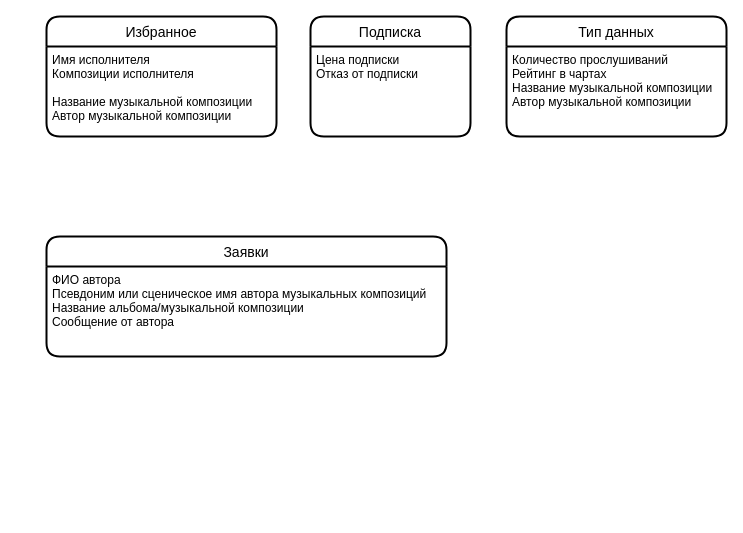
The draw.io diagram ER_MusicLibrary.drawio in Arina-Skildeeva/Description-, before the edit. Source tidied: cells renumbered, new cells numbered last; positions are measured from the earlier drawing's top-left corner, leaving out a move shared by most shapes. Both pictures are drawn from the tidied source at 100%, with x=0, y=0 at pixel (46, 16).
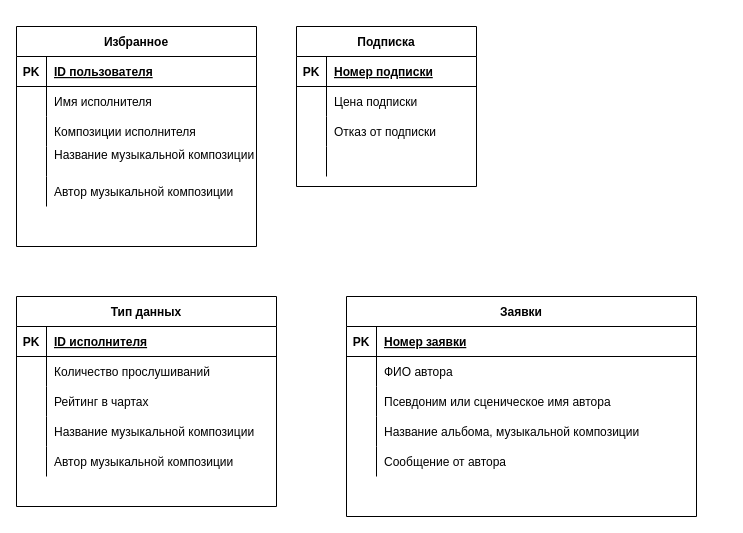
Above is the later version.

Diff of the diagram source:
```diff
@@
+    <mxCell id="4" value="Подписка" style="shape=table;startSize=30;childLayout=tableLayout;rowLines=0;fontStyle=1;align=center;" parent="1" vertex="1">
+      <mxGeometry x="250" y="10" width="180" height="160" as="geometry" />
+    </mxCell>
+    <mxCell id="10" style="shape=partialRectangle;fillColor=none;top=0;left=0;bottom=1;right=0;" parent="4" vertex="1">
+      <mxGeometry y="30" width="180" height="30" as="geometry" />
+    </mxCell>
+    <mxCell id="11" value="PK" style="shape=partialRectangle;fillColor=none;top=0;left=0;bottom=0;right=0;fontStyle=1;overflow=hidden;" parent="10" vertex="1">
+      <mxGeometry width="30" height="30" as="geometry" />
+    </mxCell>
+    <mxCell id="12" value="Номер подписки" style="shape=partialRectangle;fillColor=none;top=0;left=0;bottom=0;right=0;align=left;spacingLeft=6;fontStyle=5;overflow=hidden;" parent="10" vertex="1">
+      <mxGeometry x="30" width="150" height="30" as="geometry" />
+    </mxCell>
+    <mxCell id="13" style="shape=partialRectangle;fillColor=none;top=0;left=0;bottom=0;right=0;" parent="4" vertex="1">
+      <mxGeometry y="60" width="180" height="30" as="geometry" />
+    </mxCell>
+    <mxCell id="14" style="shape=partialRectangle;fillColor=none;top=0;left=0;bottom=0;right=0;overflow=hidden;" parent="13" vertex="1">
+      <mxGeometry width="30" height="30" as="geometry" />
+    </mxCell>
+    <mxCell id="15" value="Цена подписки" style="shape=partialRectangle;fillColor=none;top=0;left=0;bottom=0;right=0;align=left;spacingLeft=6;overflow=hidden;" parent="13" vertex="1">
+      <mxGeometry x="30" width="150" height="30" as="geometry" />
+    </mxCell>
+    <mxCell id="16" style="shape=partialRectangle;fillColor=none;top=0;left=0;bottom=0;right=0;" parent="4" vertex="1">
+      <mxGeometry y="90" width="180" height="30" as="geometry" />
+    </mxCell>
+    <mxCell id="17" style="shape=partialRectangle;fillColor=none;top=0;left=0;bottom=0;right=0;overflow=hidden;" parent="16" vertex="1">
+      <mxGeometry width="30" height="30" as="geometry" />
+    </mxCell>
+    <mxCell id="18" value="Отказ от подписки" style="shape=partialRectangle;fillColor=none;top=0;left=0;bottom=0;right=0;align=left;spacingLeft=6;overflow=hidden;" parent="16" vertex="1">
+      <mxGeometry x="30" width="150" height="30" as="geometry" />
+    </mxCell>
+    <mxCell id="19" style="shape=partialRectangle;fillColor=none;top=0;left=0;bottom=0;right=0;" parent="4" vertex="1">
+      <mxGeometry y="120" width="180" height="30" as="geometry" />
+    </mxCell>
+    <mxCell id="20" style="shape=partialRectangle;fillColor=none;top=0;left=0;bottom=0;right=0;overflow=hidden;" parent="19" vertex="1">
+      <mxGeometry width="30" height="30" as="geometry" />
+    </mxCell>
+    <mxCell id="21" style="shape=partialRectangle;fillColor=none;top=0;left=0;bottom=0;right=0;align=left;spacingLeft=6;overflow=hidden;" parent="19" vertex="1">
+      <mxGeometry x="30" width="150" height="30" as="geometry" />
+    </mxCell>
-    <mxCell id="2" value="Избранное" style="swimlane;horizontal=1;startSize=30;rounded=1;fontSize=14;fontStyle=0;strokeWidth=2;shadow=0;dashed=0;align=center;" parent="1" vertex="1">
-      <mxGeometry width="230" height="120" as="geometry" />
+    <mxCell id="2" value="Избранное" style="shape=table;startSize=30;childLayout=tableLayout;rowLines=0;fontStyle=1;align=center;" parent="1" vertex="1">
+      <mxGeometry x="-30" y="10" width="240" height="220" as="geometry" />
     </mxCell>
-    <mxCell id="3" value="Имя исполнителя&#10;Композиции исполнителя&#10;&#10;Название музыкальной композиции&#10;Автор музыкальной композиции" style="align=left;strokeColor=none;fillColor=none;spacingLeft=4;fontSize=12;verticalAlign=top;" parent="2" vertex="1">
-      <mxGeometry y="30" width="230" height="90" as="geometry" />
-    </mxCell>
-    <mxCell id="4" value="Подписка" style="swimlane;horizontal=1;startSize=30;rounded=1;fontSize=14;fontStyle=0;strokeWidth=2;shadow=0;dashed=0;align=center;" parent="1" vertex="1">
-      <mxGeometry x="264" width="160" height="120" as="geometry" />
-    </mxCell>
-    <mxCell id="5" value="Цена подписки&#10;Отказ от подписки" style="align=left;strokeColor=none;fillColor=none;spacingLeft=4;fontSize=12;verticalAlign=top;" parent="4" vertex="1">
-      <mxGeometry y="30" width="160" height="90" as="geometry" />
-    </mxCell>
+    <mxCell id="22" style="shape=partialRectangle;fillColor=none;top=0;left=0;bottom=1;right=0;" parent="2" vertex="1">
+      <mxGeometry y="30" width="240" height="30" as="geometry" />
+    </mxCell>
+    <mxCell id="23" value="PK" style="shape=partialRectangle;fillColor=none;top=0;left=0;bottom=0;right=0;fontStyle=1;overflow=hidden;" parent="22" vertex="1">
+      <mxGeometry width="30" height="30" as="geometry" />
+    </mxCell>
+    <mxCell id="24" value="ID пользователя" style="shape=partialRectangle;fillColor=none;top=0;left=0;bottom=0;right=0;align=left;spacingLeft=6;fontStyle=5;overflow=hidden;" parent="22" vertex="1">
+      <mxGeometry x="30" width="210" height="30" as="geometry" />
+    </mxCell>
+    <mxCell id="25" style="shape=partialRectangle;fillColor=none;top=0;left=0;bottom=0;right=0;" parent="2" vertex="1">
+      <mxGeometry y="60" width="240" height="30" as="geometry" />
+    </mxCell>
+    <mxCell id="26" style="shape=partialRectangle;fillColor=none;top=0;left=0;bottom=0;right=0;overflow=hidden;" parent="25" vertex="1">
+      <mxGeometry width="30" height="30" as="geometry" />
+    </mxCell>
+    <mxCell id="27" value="Имя исполнителя" style="shape=partialRectangle;fillColor=none;top=0;left=0;bottom=0;right=0;align=left;spacingLeft=6;overflow=hidden;" parent="25" vertex="1">
+      <mxGeometry x="30" width="210" height="30" as="geometry" />
+    </mxCell>
+    <mxCell id="28" style="shape=partialRectangle;fillColor=none;top=0;left=0;bottom=0;right=0;" parent="2" vertex="1">
+      <mxGeometry y="90" width="240" height="30" as="geometry" />
+    </mxCell>
+    <mxCell id="29" style="shape=partialRectangle;fillColor=none;top=0;left=0;bottom=0;right=0;overflow=hidden;" parent="28" vertex="1">
+      <mxGeometry width="30" height="30" as="geometry" />
+    </mxCell>
+    <mxCell id="30" value="Композиции исполнителя" style="shape=partialRectangle;fillColor=none;top=0;left=0;bottom=0;right=0;align=left;spacingLeft=6;overflow=hidden;" parent="28" vertex="1">
+      <mxGeometry x="30" width="210" height="30" as="geometry" />
+    </mxCell>
+    <mxCell id="31" style="shape=partialRectangle;fillColor=none;top=0;left=0;bottom=0;right=0;" parent="2" vertex="1">
+      <mxGeometry y="120" width="240" height="30" as="geometry" />
+    </mxCell>
+    <mxCell id="32" style="shape=partialRectangle;fillColor=none;top=0;left=0;bottom=0;right=0;overflow=hidden;" parent="31" vertex="1">
+      <mxGeometry width="30" height="30" as="geometry" />
+    </mxCell>
+    <mxCell id="33" value="Название музыкальной композиции&#10;" style="shape=partialRectangle;fillColor=none;top=0;left=0;bottom=0;right=0;align=left;spacingLeft=6;overflow=hidden;" parent="31" vertex="1">
+      <mxGeometry x="30" width="210" height="30" as="geometry" />
+    </mxCell>
+    <mxCell id="34" style="shape=partialRectangle;fillColor=none;top=0;left=0;bottom=0;right=0;" parent="2" vertex="1">
+      <mxGeometry y="150" width="240" height="30" as="geometry" />
+    </mxCell>
+    <mxCell id="35" style="shape=partialRectangle;fillColor=none;top=0;left=0;bottom=0;right=0;overflow=hidden;" parent="34" vertex="1">
+      <mxGeometry width="30" height="30" as="geometry" />
+    </mxCell>
+    <mxCell id="36" value="Автор музыкальной композиции" style="shape=partialRectangle;fillColor=none;top=0;left=0;bottom=0;right=0;align=left;spacingLeft=6;overflow=hidden;" parent="34" vertex="1">
+      <mxGeometry x="30" width="210" height="30" as="geometry" />
+    </mxCell>
-    <mxCell id="6" value="Тип данных" style="swimlane;horizontal=1;startSize=30;rounded=1;fontSize=14;fontStyle=0;strokeWidth=2;shadow=0;dashed=0;align=center;" parent="1" vertex="1">
-      <mxGeometry x="460" width="220" height="120" as="geometry" />
+    <mxCell id="6" value="Тип данных" style="shape=table;startSize=30;childLayout=tableLayout;rowLines=0;fontStyle=1;align=center;" parent="1" vertex="1">
+      <mxGeometry x="-30" y="280" width="260" height="210" as="geometry" />
     </mxCell>
-    <mxCell id="7" value="Количество прослушиваний&#10;Рейтинг в чартах&#10;Название музыкальной композиции&#10;Автор музыкальной композиции" style="align=left;strokeColor=none;fillColor=none;spacingLeft=4;fontSize=12;verticalAlign=top;" parent="6" vertex="1">
-      <mxGeometry y="30" width="220" height="90" as="geometry" />
-    </mxCell>
+    <mxCell id="37" style="shape=partialRectangle;fillColor=none;top=0;left=0;bottom=1;right=0;" parent="6" vertex="1">
+      <mxGeometry y="30" width="260" height="30" as="geometry" />
+    </mxCell>
+    <mxCell id="38" value="PK" style="shape=partialRectangle;fillColor=none;top=0;left=0;bottom=0;right=0;fontStyle=1;overflow=hidden;" parent="37" vertex="1">
+      <mxGeometry width="30" height="30" as="geometry" />
+    </mxCell>
+    <mxCell id="39" value="ID исполнителя" style="shape=partialRectangle;fillColor=none;top=0;left=0;bottom=0;right=0;align=left;spacingLeft=6;fontStyle=5;overflow=hidden;" parent="37" vertex="1">
+      <mxGeometry x="30" width="230" height="30" as="geometry" />
+    </mxCell>
+    <mxCell id="40" style="shape=partialRectangle;fillColor=none;top=0;left=0;bottom=0;right=0;" parent="6" vertex="1">
+      <mxGeometry y="60" width="260" height="30" as="geometry" />
+    </mxCell>
+    <mxCell id="41" style="shape=partialRectangle;fillColor=none;top=0;left=0;bottom=0;right=0;overflow=hidden;" parent="40" vertex="1">
+      <mxGeometry width="30" height="30" as="geometry" />
+    </mxCell>
+    <mxCell id="42" value="Количество прослушиваний" style="shape=partialRectangle;fillColor=none;top=0;left=0;bottom=0;right=0;align=left;spacingLeft=6;overflow=hidden;" parent="40" vertex="1">
+      <mxGeometry x="30" width="230" height="30" as="geometry" />
+    </mxCell>
+    <mxCell id="43" style="shape=partialRectangle;fillColor=none;top=0;left=0;bottom=0;right=0;" parent="6" vertex="1">
+      <mxGeometry y="90" width="260" height="30" as="geometry" />
+    </mxCell>
+    <mxCell id="44" style="shape=partialRectangle;fillColor=none;top=0;left=0;bottom=0;right=0;overflow=hidden;" parent="43" vertex="1">
+      <mxGeometry width="30" height="30" as="geometry" />
+    </mxCell>
+    <mxCell id="45" value="Рейтинг в чартах" style="shape=partialRectangle;fillColor=none;top=0;left=0;bottom=0;right=0;align=left;spacingLeft=6;overflow=hidden;" parent="43" vertex="1">
+      <mxGeometry x="30" width="230" height="30" as="geometry" />
+    </mxCell>
+    <mxCell id="46" style="shape=partialRectangle;fillColor=none;top=0;left=0;bottom=0;right=0;" parent="6" vertex="1">
+      <mxGeometry y="120" width="260" height="30" as="geometry" />
+    </mxCell>
+    <mxCell id="47" style="shape=partialRectangle;fillColor=none;top=0;left=0;bottom=0;right=0;overflow=hidden;" parent="46" vertex="1">
+      <mxGeometry width="30" height="30" as="geometry" />
+    </mxCell>
+    <mxCell id="48" value="Название музыкальной композиции" style="shape=partialRectangle;fillColor=none;top=0;left=0;bottom=0;right=0;align=left;spacingLeft=6;overflow=hidden;" parent="46" vertex="1">
+      <mxGeometry x="30" width="230" height="30" as="geometry" />
+    </mxCell>
+    <mxCell id="49" style="shape=partialRectangle;fillColor=none;top=0;left=0;bottom=0;right=0;" parent="6" vertex="1">
+      <mxGeometry y="150" width="260" height="30" as="geometry" />
+    </mxCell>
+    <mxCell id="50" style="shape=partialRectangle;fillColor=none;top=0;left=0;bottom=0;right=0;overflow=hidden;" parent="49" vertex="1">
+      <mxGeometry width="30" height="30" as="geometry" />
+    </mxCell>
+    <mxCell id="51" value="Автор музыкальной композиции" style="shape=partialRectangle;fillColor=none;top=0;left=0;bottom=0;right=0;align=left;spacingLeft=6;overflow=hidden;" parent="49" vertex="1">
+      <mxGeometry x="30" width="230" height="30" as="geometry" />
+    </mxCell>
-    <mxCell id="8" value="Заявки" style="swimlane;horizontal=1;startSize=30;rounded=1;fontSize=14;fontStyle=0;strokeWidth=2;shadow=0;dashed=0;align=center;" parent="1" vertex="1">
-      <mxGeometry y="220" width="400" height="120" as="geometry" />
+    <mxCell id="8" value="Заявки" style="shape=table;startSize=30;childLayout=tableLayout;rowLines=0;fontStyle=1;align=center;" parent="1" vertex="1">
+      <mxGeometry x="300" y="280" width="350" height="220" as="geometry" />
     </mxCell>
-    <mxCell id="9" value="ФИО автора&#10;Псевдоним или сценическое имя автора музыкальных композиций&#10;Название альбома/музыкальной композиции&#10;Сообщение от автора" style="align=left;strokeColor=none;fillColor=none;spacingLeft=4;fontSize=12;verticalAlign=top;" parent="8" vertex="1">
-      <mxGeometry y="30" width="400" height="90" as="geometry" />
-    </mxCell>
+    <mxCell id="52" style="shape=partialRectangle;fillColor=none;top=0;left=0;bottom=1;right=0;" parent="8" vertex="1">
+      <mxGeometry y="30" width="350" height="30" as="geometry" />
+    </mxCell>
+    <mxCell id="53" value="PK" style="shape=partialRectangle;fillColor=none;top=0;left=0;bottom=0;right=0;fontStyle=1;overflow=hidden;" parent="52" vertex="1">
+      <mxGeometry width="30" height="30" as="geometry" />
+    </mxCell>
+    <mxCell id="54" value="Номер заявки" style="shape=partialRectangle;fillColor=none;top=0;left=0;bottom=0;right=0;align=left;spacingLeft=6;fontStyle=5;overflow=hidden;" parent="52" vertex="1">
+      <mxGeometry x="30" width="320" height="30" as="geometry" />
+    </mxCell>
+    <mxCell id="55" style="shape=partialRectangle;fillColor=none;top=0;left=0;bottom=0;right=0;" parent="8" vertex="1">
+      <mxGeometry y="60" width="350" height="30" as="geometry" />
+    </mxCell>
+    <mxCell id="56" style="shape=partialRectangle;fillColor=none;top=0;left=0;bottom=0;right=0;overflow=hidden;" parent="55" vertex="1">
+      <mxGeometry width="30" height="30" as="geometry" />
+    </mxCell>
+    <mxCell id="57" value="ФИО автора" style="shape=partialRectangle;fillColor=none;top=0;left=0;bottom=0;right=0;align=left;spacingLeft=6;overflow=hidden;" parent="55" vertex="1">
+      <mxGeometry x="30" width="320" height="30" as="geometry" />
+    </mxCell>
+    <mxCell id="58" style="shape=partialRectangle;fillColor=none;top=0;left=0;bottom=0;right=0;" parent="8" vertex="1">
+      <mxGeometry y="90" width="350" height="30" as="geometry" />
+    </mxCell>
+    <mxCell id="59" style="shape=partialRectangle;fillColor=none;top=0;left=0;bottom=0;right=0;overflow=hidden;" parent="58" vertex="1">
+      <mxGeometry width="30" height="30" as="geometry" />
+    </mxCell>
+    <mxCell id="60" value="Псевдоним или сценическое имя автора" style="shape=partialRectangle;fillColor=none;top=0;left=0;bottom=0;right=0;align=left;spacingLeft=6;overflow=hidden;" parent="58" vertex="1">
+      <mxGeometry x="30" width="320" height="30" as="geometry" />
+    </mxCell>
+    <mxCell id="61" style="shape=partialRectangle;fillColor=none;top=0;left=0;bottom=0;right=0;" parent="8" vertex="1">
+      <mxGeometry y="120" width="350" height="30" as="geometry" />
+    </mxCell>
+    <mxCell id="62" style="shape=partialRectangle;fillColor=none;top=0;left=0;bottom=0;right=0;overflow=hidden;" parent="61" vertex="1">
+      <mxGeometry width="30" height="30" as="geometry" />
+    </mxCell>
+    <mxCell id="63" value="Название альбома, музыкальной композиции" style="shape=partialRectangle;fillColor=none;top=0;left=0;bottom=0;right=0;align=left;spacingLeft=6;overflow=hidden;" parent="61" vertex="1">
+      <mxGeometry x="30" width="320" height="30" as="geometry" />
+    </mxCell>
+    <mxCell id="64" style="shape=partialRectangle;fillColor=none;top=0;left=0;bottom=0;right=0;" parent="8" vertex="1">
+      <mxGeometry y="150" width="350" height="30" as="geometry" />
+    </mxCell>
+    <mxCell id="65" style="shape=partialRectangle;fillColor=none;top=0;left=0;bottom=0;right=0;overflow=hidden;" parent="64" vertex="1">
+      <mxGeometry width="30" height="30" as="geometry" />
+    </mxCell>
+    <mxCell id="66" value="Сообщение от автора" style="shape=partialRectangle;fillColor=none;top=0;left=0;bottom=0;right=0;align=left;spacingLeft=6;overflow=hidden;" parent="64" vertex="1">
+      <mxGeometry x="30" width="320" height="30" as="geometry" />
+    </mxCell>
```
